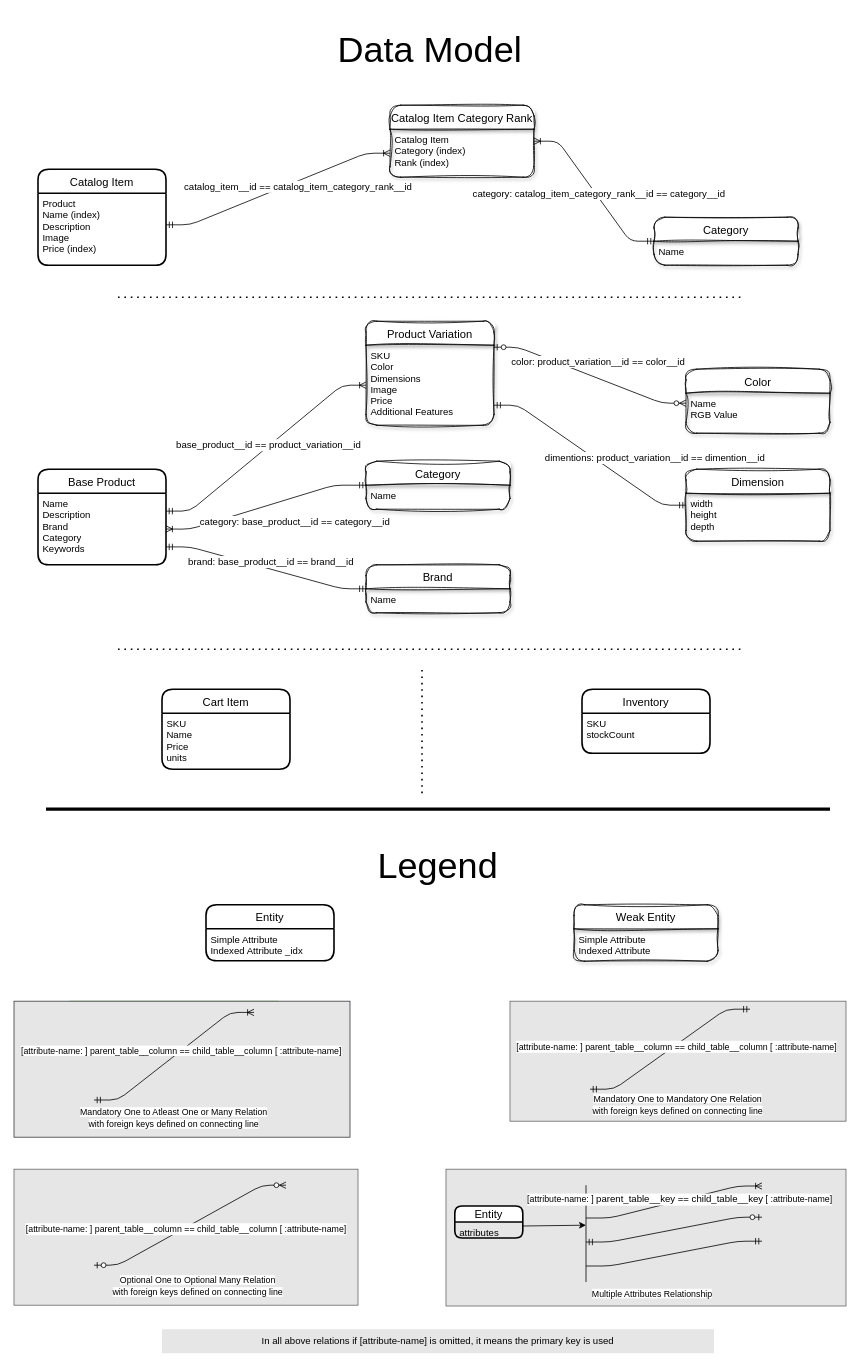
The draw.io diagram data-model/data-model-inventory.drawio in rd-raven/stirzz-design, before the edit. Source tidied: cells renumbered, new cells numbered last; positions are measured from the earlier drawing's top-left corner, leaving out a move shared by most shapes. Both pictures are drawn from the tidied source at 80%, with x=0, y=0 at pixel (14, 25).
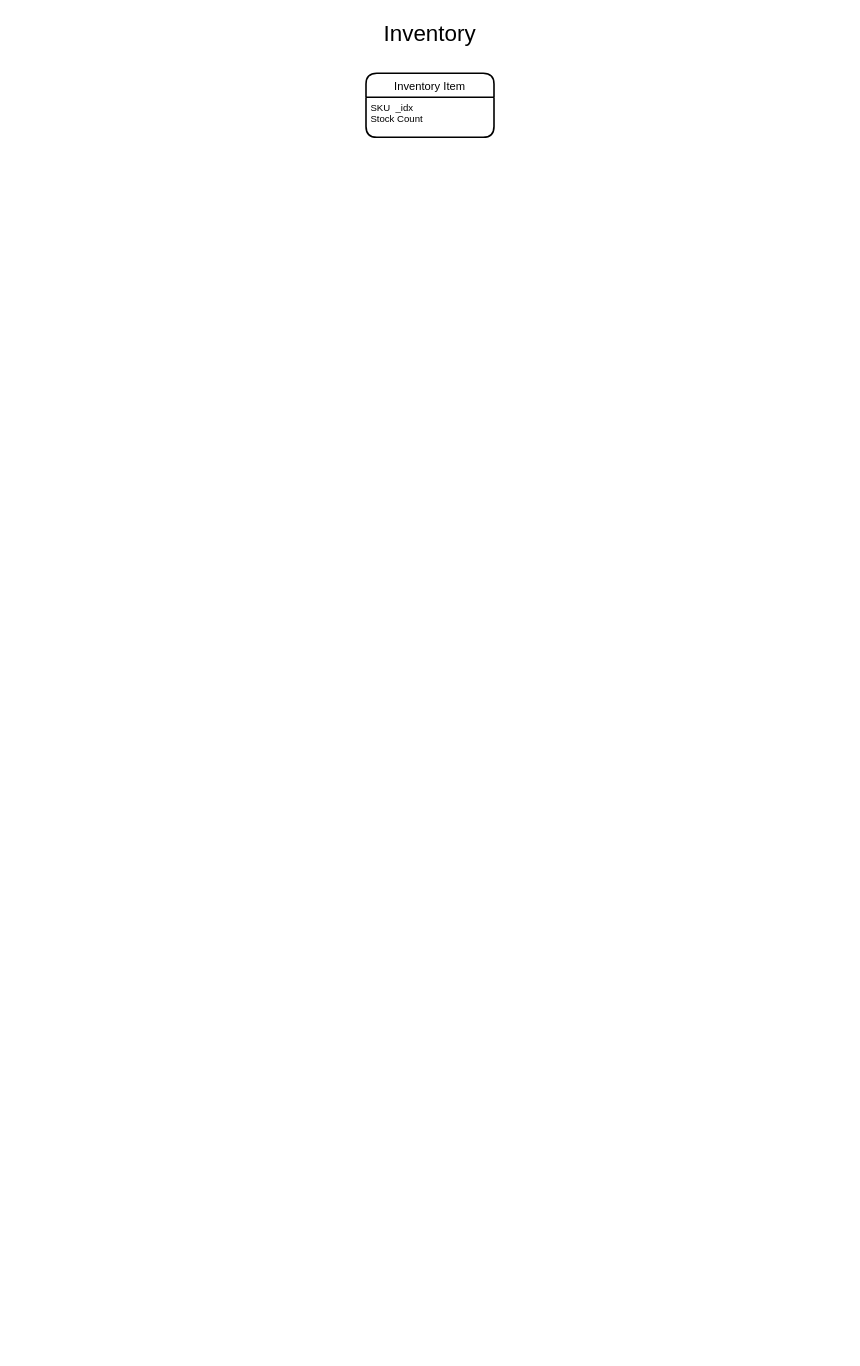
After the change.

Commit message (it also covers changes not shown here):
Add Cart, Inventory Details (#6)

Change to the diagram source:
```diff
@@
-    <mxCell id="2" value="Catalog Item" style="swimlane;horizontal=1;startSize=30;rounded=1;fontSize=14;fontStyle=0;strokeWidth=2;shadow=0;dashed=0;align=center;" parent="1" vertex="1">
-      <mxGeometry x="30" y="180" width="160" height="120" as="geometry" />
-    </mxCell>
-    <mxCell id="3" value="Product&#10;Name (index)&#10;Description&#10;Image&#10;Price (index)" style="align=left;strokeColor=none;fillColor=none;spacingLeft=4;fontSize=12;verticalAlign=top;" parent="2" vertex="1">
-      <mxGeometry y="30" width="160" height="90" as="geometry" />
-    </mxCell>
-    <mxCell id="4" value="Cart Item" style="swimlane;horizontal=1;startSize=30;rounded=1;fontSize=14;fontStyle=0;strokeWidth=2;shadow=0;dashed=0;align=center;" parent="1" vertex="1">
-      <mxGeometry x="185" y="830" width="160" height="100" as="geometry" />
-    </mxCell>
-    <mxCell id="5" value="SKU&#10;Name&#10;Price&#10;units" style="align=left;strokeColor=none;fillColor=none;spacingLeft=4;fontSize=12;verticalAlign=top;" parent="4" vertex="1">
-      <mxGeometry y="30" width="160" height="70" as="geometry" />
-    </mxCell>
-    <mxCell id="6" value="Inventory" style="swimlane;horizontal=1;startSize=30;rounded=1;fontSize=14;fontStyle=0;strokeWidth=2;shadow=0;dashed=0;align=center;" parent="1" vertex="1">
-      <mxGeometry x="710" y="830" width="160" height="80" as="geometry" />
+    <mxCell id="6" value="Inventory Item" style="swimlane;horizontal=1;startSize=30;rounded=1;fontSize=14;fontStyle=0;strokeWidth=2;shadow=0;dashed=0;align=center;" parent="1" vertex="1">
+      <mxGeometry x="440" y="60" width="160" height="80" as="geometry" />
     </mxCell>
-    <mxCell id="7" value="SKU&#10;stockCount" style="align=left;strokeColor=none;fillColor=none;spacingLeft=4;fontSize=12;verticalAlign=top;" parent="6" vertex="1">
+    <mxCell id="7" value="SKU  _idx&#10;Stock Count" style="align=left;strokeColor=none;fillColor=none;spacingLeft=4;fontSize=12;verticalAlign=top;" parent="6" vertex="1">
       <mxGeometry y="30" width="160" height="50" as="geometry" />
     </mxCell>
-    <mxCell id="8" value="Dimension" style="swimlane;horizontal=1;startSize=30;rounded=1;fontSize=14;fontStyle=0;strokeWidth=1;shadow=1;dashed=0;align=center;sketch=1;curveFitting=1;jiggle=2;" parent="1" vertex="1">
-      <mxGeometry x="840" y="555" width="180" height="90" as="geometry" />
-    </mxCell>
-    <mxCell id="9" value="width&#10;height&#10;depth" style="align=left;strokeColor=none;fillColor=none;spacingLeft=4;fontSize=12;verticalAlign=top;" parent="8" vertex="1">
-      <mxGeometry y="30" width="180" height="60" as="geometry" />
-    </mxCell>
-    <mxCell id="10" value="Catalog Item Category Rank" style="swimlane;horizontal=1;startSize=30;rounded=1;fontSize=14;fontStyle=0;strokeWidth=1;shadow=1;align=center;swimlaneFillColor=none;strokeColor=default;perimeterSpacing=0;swimlaneLine=1;glass=0;sketch=1;curveFitting=1;jiggle=2;" parent="1" vertex="1">
-      <mxGeometry x="470" y="100" width="180" height="90" as="geometry" />
-    </mxCell>
-    <mxCell id="11" value="Catalog Item&#10;Category (index)&#10;Rank (index)" style="align=left;strokeColor=none;fillColor=none;spacingLeft=4;fontSize=12;verticalAlign=top;" parent="10" vertex="1">
-      <mxGeometry y="30" width="180" height="60" as="geometry" />
-    </mxCell>
-    <mxCell id="12" value="Base Product" style="swimlane;horizontal=1;startSize=30;rounded=1;fontSize=14;fontStyle=0;strokeWidth=2;shadow=0;dashed=0;align=center;" parent="1" vertex="1">
-      <mxGeometry x="30" y="555" width="160" height="119.5" as="geometry" />
-    </mxCell>
-    <mxCell id="13" value="Name&#10;Description&#10;Brand&#10;Category&#10;Keywords&#10;" style="align=left;strokeColor=none;fillColor=none;spacingLeft=4;fontSize=12;verticalAlign=top;" parent="12" vertex="1">
-      <mxGeometry y="30" width="160" height="89.5" as="geometry" />
-    </mxCell>
-    <mxCell id="14" value="Product Variation" style="swimlane;horizontal=1;startSize=30;rounded=1;fontSize=14;fontStyle=0;strokeWidth=1;shadow=1;dashed=0;align=center;sketch=1;curveFitting=1;jiggle=2;" parent="1" vertex="1">
-      <mxGeometry x="440" y="370" width="160" height="130" as="geometry" />
-    </mxCell>
-    <mxCell id="15" value="SKU&#10;Color&#10;Dimensions&#10;Image&#10;Price&#10;Additional Features" style="align=left;strokeColor=none;fillColor=none;spacingLeft=4;fontSize=12;verticalAlign=top;" parent="14" vertex="1">
-      <mxGeometry y="30" width="160" height="100" as="geometry" />
-    </mxCell>
-    <mxCell id="16" style="edgeStyle=entityRelationEdgeStyle;fontSize=12;html=1;endArrow=ERoneToMany;startArrow=ERmandOne;entryX=0;entryY=0.5;entryDx=0;entryDy=0;exitX=1.001;exitY=0.439;exitDx=0;exitDy=0;exitPerimeter=0;" parent="1" edge="1" source="3" target="11">
-      <mxGeometry relative="1" as="geometry" />
-    </mxCell>
-    <mxCell id="17" value="catalog_item__id == catalog_item_category_rank__id" style="edgeLabel;html=1;align=center;verticalAlign=middle;fontSize=12;" parent="16" vertex="1">
-      <mxGeometry x="0.15" y="3" relative="1" as="geometry">
-        <mxPoint x="5" y="8" as="offset" />
-      </mxGeometry>
-    </mxCell>
-    <mxCell id="18" style="edgeStyle=entityRelationEdgeStyle;fontSize=12;html=1;endArrow=ERoneToMany;startArrow=ERmandOne;entryX=0;entryY=0.5;entryDx=0;entryDy=0;exitX=1;exitY=0.25;exitDx=0;exitDy=0;" parent="1" edge="1" source="13" target="15">
-      <mxGeometry relative="1" as="geometry" />
-    </mxCell>
-    <mxCell id="19" value="base_product__id == product_variation__id" style="edgeLabel;html=1;align=center;verticalAlign=middle;fontSize=12;" parent="18" vertex="1">
-      <mxGeometry x="0.03" y="1" relative="1" as="geometry" />
-    </mxCell>
-    <mxCell id="20" value="Color" style="swimlane;horizontal=1;startSize=30;rounded=1;fontSize=14;fontStyle=0;strokeWidth=1;shadow=1;dashed=0;align=center;sketch=1;curveFitting=1;jiggle=2;" parent="1" vertex="1">
-      <mxGeometry x="840" y="430" width="180" height="80" as="geometry" />
-    </mxCell>
-    <mxCell id="21" value="Name&#10;RGB Value" style="align=left;strokeColor=none;fillColor=none;spacingLeft=4;fontSize=12;verticalAlign=top;" parent="20" vertex="1">
-      <mxGeometry y="30" width="180" height="50" as="geometry" />
-    </mxCell>
-    <mxCell id="22" value="Weak Entity" style="swimlane;horizontal=1;startSize=30;rounded=1;fontSize=14;fontStyle=0;strokeWidth=1;shadow=1;align=center;swimlaneFillColor=none;strokeColor=default;perimeterSpacing=0;swimlaneLine=1;glass=0;sketch=1;curveFitting=1;jiggle=2;" parent="1" vertex="1">
-      <mxGeometry x="700" y="1099.5" width="180" height="70.5" as="geometry" />
-    </mxCell>
-    <mxCell id="23" value="Simple Attribute&#10;Indexed Attribute" style="align=left;strokeColor=none;fillColor=none;spacingLeft=4;fontSize=12;verticalAlign=top;" parent="22" vertex="1">
-      <mxGeometry y="30" width="180" height="40.5" as="geometry" />
-    </mxCell>
-    <mxCell id="24" value="Entity" style="swimlane;horizontal=1;startSize=30;rounded=1;fontSize=14;fontStyle=0;strokeWidth=2;shadow=0;dashed=0;align=center;" parent="1" vertex="1">
-      <mxGeometry x="240" y="1099.5" width="160" height="70" as="geometry" />
-    </mxCell>
-    <mxCell id="25" value="Simple Attribute&#10;Indexed Attribute _idx" style="align=left;strokeColor=none;fillColor=none;spacingLeft=4;fontSize=12;verticalAlign=top;" parent="24" vertex="1">
-      <mxGeometry y="30" width="160" height="40" as="geometry" />
-    </mxCell>
-    <mxCell id="26" value="&lt;span style=&quot;font-size: 45px;&quot;&gt;Legend&lt;/span&gt;" style="text;html=1;strokeColor=none;fillColor=none;align=center;verticalAlign=middle;whiteSpace=wrap;rounded=0;shadow=1;glass=0;sketch=1;strokeWidth=1;fontSize=45;fontStyle=0;" parent="1" vertex="1">
-      <mxGeometry x="445" y="1020" width="170" height="60" as="geometry" />
-    </mxCell>
-    <mxCell id="27" value="&lt;span style=&quot;font-size: 45px;&quot;&gt;Data Model&lt;/span&gt;" style="text;html=1;strokeColor=none;fillColor=none;align=center;verticalAlign=middle;whiteSpace=wrap;rounded=0;shadow=1;glass=0;sketch=1;strokeWidth=1;fontSize=45;fontStyle=0;" parent="1" vertex="1">
-      <mxGeometry x="380" width="280" height="60" as="geometry" />
+    <mxCell id="27" value="&lt;font style=&quot;font-size: 28px;&quot;&gt;Inventory&lt;/font&gt;" style="text;html=1;strokeColor=none;fillColor=none;align=center;verticalAlign=middle;whiteSpace=wrap;rounded=0;shadow=1;glass=0;sketch=1;strokeWidth=1;fontSize=28;fontStyle=0;" parent="1" vertex="1">
+      <mxGeometry x="440" y="-10" width="160" height="40" as="geometry" />
     </mxCell>
-    <mxCell id="28" style="edgeStyle=entityRelationEdgeStyle;fontSize=12;html=1;endArrow=ERzeroToMany;startArrow=ERzeroToOne;entryX=0;entryY=0.25;entryDx=0;entryDy=0;exitX=1;exitY=0.25;exitDx=0;exitDy=0;" parent="1" edge="1" source="14" target="21">
-      <mxGeometry relative="1" as="geometry" />
-    </mxCell>
-    <mxCell id="29" value="color: product_variation__id == color__id" style="edgeLabel;html=1;align=center;verticalAlign=middle;fontSize=12;" parent="28" vertex="1">
-      <mxGeometry x="-0.05" y="-1" relative="1" as="geometry">
-        <mxPoint x="16" y="-16" as="offset" />
-      </mxGeometry>
-    </mxCell>
-    <mxCell id="30" value="Brand" style="swimlane;horizontal=1;startSize=30;rounded=1;fontSize=14;fontStyle=0;strokeWidth=1;shadow=1;dashed=0;align=center;sketch=1;curveFitting=1;jiggle=2;" parent="1" vertex="1">
-      <mxGeometry x="440" y="674.5" width="180" height="60" as="geometry" />
-    </mxCell>
-    <mxCell id="31" value="Name" style="align=left;strokeColor=none;fillColor=none;spacingLeft=4;fontSize=12;verticalAlign=top;" parent="30" vertex="1">
-      <mxGeometry y="30" width="180" height="30" as="geometry" />
-    </mxCell>
-    <mxCell id="32" style="edgeStyle=entityRelationEdgeStyle;fontSize=12;html=1;endArrow=ERmandOne;startArrow=ERmandOne;entryX=0;entryY=0.5;entryDx=0;entryDy=0;endFill=0;exitX=1;exitY=0.75;exitDx=0;exitDy=0;" parent="1" edge="1" source="13" target="30">
-      <mxGeometry relative="1" as="geometry" />
-    </mxCell>
-    <mxCell id="33" value="brand: base_product__id == brand__id" style="edgeLabel;html=1;align=center;verticalAlign=middle;fontSize=12;" parent="32" vertex="1">
-      <mxGeometry x="0.08" relative="1" as="geometry">
-        <mxPoint x="-5" y="-11" as="offset" />
-      </mxGeometry>
-    </mxCell>
-    <mxCell id="34" style="endArrow=none;html=1;fontSize=12;strokeWidth=4;" parent="1" edge="1">
-      <mxGeometry relative="1" as="geometry">
-        <mxPoint x="1020" y="980" as="sourcePoint" />
-        <mxPoint x="40" y="980" as="targetPoint" />
-      </mxGeometry>
-    </mxCell>
-    <mxCell id="35" value="Category" style="swimlane;horizontal=1;startSize=30;rounded=1;fontSize=14;fontStyle=0;strokeWidth=1;shadow=1;align=center;swimlaneFillColor=none;strokeColor=default;perimeterSpacing=0;swimlaneLine=1;glass=0;sketch=1;curveFitting=1;jiggle=2;" parent="1" vertex="1">
-      <mxGeometry x="800" y="240" width="180" height="60" as="geometry" />
-    </mxCell>
-    <mxCell id="36" value="Name" style="align=left;strokeColor=none;fillColor=none;spacingLeft=4;fontSize=12;verticalAlign=top;" parent="35" vertex="1">
-      <mxGeometry y="30" width="180" height="30" as="geometry" />
-    </mxCell>
-    <mxCell id="37" style="edgeStyle=entityRelationEdgeStyle;fontSize=12;html=1;endArrow=ERoneToMany;startArrow=ERmandOne;entryX=1;entryY=0.25;entryDx=0;entryDy=0;exitX=0;exitY=0;exitDx=0;exitDy=0;" parent="1" edge="1" source="36" target="11">
-      <mxGeometry relative="1" as="geometry" />
-    </mxCell>
-    <mxCell id="38" value="category: catalog_item_category_rank__id == category__id" style="edgeLabel;html=1;align=center;verticalAlign=middle;fontSize=12;" parent="37" vertex="1">
-      <mxGeometry x="0.15" y="3" relative="1" as="geometry">
-        <mxPoint x="17" y="14" as="offset" />
-      </mxGeometry>
-    </mxCell>
-    <mxCell id="39" value="Category" style="swimlane;horizontal=1;startSize=30;rounded=1;fontSize=14;fontStyle=0;strokeWidth=1;shadow=1;align=center;swimlaneFillColor=none;strokeColor=default;perimeterSpacing=0;swimlaneLine=1;glass=0;sketch=1;curveFitting=1;jiggle=2;" parent="1" vertex="1">
-      <mxGeometry x="440" y="545" width="180" height="60" as="geometry" />
-    </mxCell>
-    <mxCell id="40" value="Name" style="align=left;strokeColor=none;fillColor=none;spacingLeft=4;fontSize=12;verticalAlign=top;" parent="39" vertex="1">
-      <mxGeometry y="30" width="180" height="30" as="geometry" />
-    </mxCell>
-    <mxCell id="41" style="group;" parent="1" vertex="1">
-      <mxGeometry y="1220" width="420" height="170" as="geometry" />
-    </mxCell>
-    <mxCell id="42" style="group;fillColor=none;strokeColor=#82b366;" parent="41" vertex="1">
-      <mxGeometry x="70" width="260" height="160.5" as="geometry" />
-    </mxCell>
-    <mxCell id="43" style="group;fillColor=#E6E6E6;strokeColor=#36393d;" parent="41" vertex="1">
-      <mxGeometry width="420" height="170" as="geometry" />
-    </mxCell>
-    <mxCell id="44" style="edgeStyle=entityRelationEdgeStyle;fontSize=12;html=1;endArrow=ERoneToMany;startArrow=ERmandOne;exitX=1.001;exitY=0.439;exitDx=0;exitDy=0;exitPerimeter=0;" parent="41" edge="1">
-      <mxGeometry relative="1" as="geometry">
-        <mxPoint x="100" y="123.5" as="sourcePoint" />
-        <mxPoint x="300" y="14" as="targetPoint" />
-      </mxGeometry>
-    </mxCell>
-    <mxCell id="45" value="[attribute-name: ]&amp;nbsp;parent_table__column == child_table__column [ :attribute-name]" style="edgeLabel;html=1;align=center;verticalAlign=middle;" parent="44" vertex="1">
-      <mxGeometry x="0.09" relative="1" as="geometry" />
-    </mxCell>
-    <mxCell id="46" value="&lt;span style=&quot;font-size: 11px; background-color: rgb(255, 255, 255);&quot;&gt;Mandatory One to Atleast One or Many Relation&lt;br&gt;with foreign keys defined on connecting line&lt;br&gt;&lt;/span&gt;" style="text;html=1;strokeColor=none;fillColor=none;align=center;verticalAlign=middle;whiteSpace=wrap;rounded=0;shadow=1;glass=0;sketch=1;strokeWidth=1;" parent="41" vertex="1">
-      <mxGeometry x="70" y="130.5" width="260" height="30" as="geometry" />
-    </mxCell>
-    <mxCell id="47" style="group;" parent="1" vertex="1">
-      <mxGeometry x="620" y="1220" width="420" height="150" as="geometry" />
-    </mxCell>
-    <mxCell id="48" style="group;fillColor=#E6E6E6;fontColor=#333333;strokeColor=#666666;" parent="47" vertex="1">
-      <mxGeometry width="420" height="150" as="geometry" />
-    </mxCell>
-    <mxCell id="49" style="edgeStyle=entityRelationEdgeStyle;fontSize=12;html=1;endArrow=ERmandOne;startArrow=ERmandOne;endFill=0;" parent="47" edge="1">
-      <mxGeometry relative="1" as="geometry">
-        <mxPoint x="100" y="110" as="sourcePoint" />
-        <mxPoint x="300" y="10" as="targetPoint" />
-      </mxGeometry>
-    </mxCell>
-    <mxCell id="50" value="&lt;span style=&quot;font-size: 11px;&quot;&gt;[attribute-name: ] parent_table__column == child_table__column&lt;/span&gt;&lt;span style=&quot;font-size: 11px;&quot;&gt;&amp;nbsp;[ :attribute-name]&lt;/span&gt;" style="edgeLabel;html=1;align=center;verticalAlign=middle;fontSize=12;" parent="49" vertex="1">
-      <mxGeometry x="0.07" y="-1" relative="1" as="geometry" />
-    </mxCell>
-    <mxCell id="51" value="&lt;span style=&quot;font-size: 11px; background-color: rgb(255, 255, 255);&quot;&gt;Mandatory One to Mandatory One Relation&lt;br&gt;with foreign keys defined on connecting line&lt;br&gt;&lt;/span&gt;" style="text;html=1;strokeColor=none;fillColor=none;align=center;verticalAlign=middle;whiteSpace=wrap;rounded=0;shadow=1;glass=0;sketch=1;strokeWidth=1;" parent="47" vertex="1">
-      <mxGeometry x="80" y="114" width="260" height="30" as="geometry" />
-    </mxCell>
-    <mxCell id="52" style="group;" parent="1" vertex="1">
-      <mxGeometry y="1430" width="430" height="170" as="geometry" />
-    </mxCell>
-    <mxCell id="53" style="group;fillColor=#E6E6E6;strokeColor=#666666;gradientColor=none;" parent="52" vertex="1">
-      <mxGeometry width="430" height="170" as="geometry" />
-    </mxCell>
-    <mxCell id="54" style="edgeStyle=entityRelationEdgeStyle;fontSize=12;html=1;endArrow=ERzeroToMany;startArrow=ERzeroToOne;" parent="52" edge="1">
-      <mxGeometry relative="1" as="geometry">
-        <mxPoint x="100" y="120" as="sourcePoint" />
-        <mxPoint x="340" y="20" as="targetPoint" />
-      </mxGeometry>
-    </mxCell>
-    <mxCell id="55" value="&lt;span style=&quot;font-size: 11px;&quot;&gt;[attribute-name: ]&amp;nbsp;&lt;/span&gt;&lt;span style=&quot;font-size: 11px;&quot;&gt;parent_table__column == child_table__column&lt;/span&gt;&lt;span style=&quot;font-size: 11px;&quot;&gt;&amp;nbsp;[ :attribute-name]&lt;/span&gt;" style="edgeLabel;html=1;align=center;verticalAlign=middle;fontSize=12;" parent="54" vertex="1">
-      <mxGeometry x="-0.05" y="-1" relative="1" as="geometry" />
-    </mxCell>
-    <mxCell id="56" value="&lt;span style=&quot;font-size: 11px; background-color: rgb(255, 255, 255);&quot;&gt;Optional One to Optional Many Relation&lt;br&gt;with foreign keys defined on connecting line&lt;br&gt;&lt;/span&gt;" style="text;html=1;strokeColor=none;fillColor=none;align=center;verticalAlign=middle;whiteSpace=wrap;rounded=0;shadow=1;glass=0;sketch=1;strokeWidth=1;" parent="52" vertex="1">
-      <mxGeometry x="100" y="130.5" width="260" height="30" as="geometry" />
-    </mxCell>
-    <mxCell id="57" value="In all above relations if [attribute-name] is omitted, it means the primary key is used" style="text;html=1;strokeColor=none;fillColor=#E6E6E6;align=center;verticalAlign=middle;whiteSpace=wrap;rounded=0;" parent="1" vertex="1">
-      <mxGeometry x="185" y="1630" width="690" height="30" as="geometry" />
-    </mxCell>
-    <mxCell id="58" style="group;" parent="1" vertex="1">
-      <mxGeometry x="540" y="1430" width="500" height="171" as="geometry" />
-    </mxCell>
-    <mxCell id="59" style="group;fillColor=#E6E6E6;fontColor=#333333;strokeColor=#666666;" parent="58" vertex="1">
-      <mxGeometry width="500" height="171" as="geometry" />
-    </mxCell>
-    <mxCell id="60" style="endArrow=none;html=1;rounded=0;fontSize=12;" parent="58" edge="1">
-      <mxGeometry relative="1" as="geometry">
-        <mxPoint x="175" y="141" as="sourcePoint" />
-        <mxPoint x="175" y="20" as="targetPoint" />
-      </mxGeometry>
-    </mxCell>
-    <mxCell id="61" value="Entity" style="swimlane;horizontal=1;startSize=20;rounded=1;fontSize=14;fontStyle=0;strokeWidth=2;shadow=0;dashed=0;align=center;" parent="58" vertex="1">
-      <mxGeometry x="11" y="46" width="85" height="40" as="geometry" />
-    </mxCell>
-    <mxCell id="62" value="attributes" style="align=left;strokeColor=none;fillColor=none;spacingLeft=4;fontSize=12;verticalAlign=top;" parent="61" vertex="1">
-      <mxGeometry y="20" width="85" height="20" as="geometry" />
-    </mxCell>
-    <mxCell id="63" style="edgeStyle=none;html=1;exitX=1;exitY=0.25;exitDx=0;exitDy=0;fontSize=12;startArrow=none;startFill=0;" parent="58" edge="1" source="62">
-      <mxGeometry relative="1" as="geometry">
-        <mxPoint x="175" y="70" as="targetPoint" />
-      </mxGeometry>
-    </mxCell>
-    <mxCell id="64" style="edgeStyle=entityRelationEdgeStyle;fontSize=12;html=1;endArrow=ERoneToMany;" parent="58" edge="1">
-      <mxGeometry relative="1" as="geometry">
-        <mxPoint x="175" y="61" as="sourcePoint" />
-        <mxPoint x="395" y="21" as="targetPoint" />
-      </mxGeometry>
-    </mxCell>
-    <mxCell id="65" value="&lt;span style=&quot;font-size: 11px;&quot;&gt;[attribute-name: ]&amp;nbsp;&lt;/span&gt;parent_table__key == child_table__key&lt;span style=&quot;font-size: 11px;&quot;&gt;&amp;nbsp;[ :attribute-name]&lt;/span&gt;" style="edgeLabel;html=1;align=center;verticalAlign=middle;fontSize=12;" parent="64" vertex="1">
-      <mxGeometry x="0.07" y="2" relative="1" as="geometry" />
-    </mxCell>
-    <mxCell id="66" style="edgeStyle=entityRelationEdgeStyle;fontSize=12;html=1;endArrow=ERzeroToOne;startArrow=ERmandOne;" parent="58" edge="1">
-      <mxGeometry relative="1" as="geometry">
-        <mxPoint x="175" y="91" as="sourcePoint" />
-        <mxPoint x="395" y="60" as="targetPoint" />
-      </mxGeometry>
-    </mxCell>
-    <mxCell id="67" style="edgeStyle=entityRelationEdgeStyle;fontSize=12;html=1;endArrow=ERmandOne;" parent="58" edge="1">
-      <mxGeometry relative="1" as="geometry">
-        <mxPoint x="175" y="121" as="sourcePoint" />
-        <mxPoint x="395" y="90" as="targetPoint" />
-      </mxGeometry>
-    </mxCell>
-    <mxCell id="68" value="&lt;span style=&quot;font-size: 11px; background-color: rgb(255, 255, 255);&quot;&gt;Multiple Attributes Relationship&lt;br&gt;&lt;/span&gt;" style="text;html=1;strokeColor=none;fillColor=none;align=center;verticalAlign=middle;whiteSpace=wrap;rounded=0;shadow=1;glass=0;sketch=1;strokeWidth=1;" parent="58" vertex="1">
-      <mxGeometry x="128" y="141" width="260" height="30" as="geometry" />
-    </mxCell>
-    <mxCell id="69" style="fontSize=12;html=1;endArrow=ERoneToMany;startArrow=ERmandOne;exitX=0;exitY=0;exitDx=0;exitDy=0;entryX=1;entryY=0.5;entryDx=0;entryDy=0;" parent="1" edge="1" source="40" target="13">
-      <mxGeometry relative="1" as="geometry">
-        <Array as="points">
-          <mxPoint x="400" y="575" />
-          <mxPoint x="220" y="630" />
-        </Array>
-      </mxGeometry>
-    </mxCell>
-    <mxCell id="70" value="category: base_product__id == category__id" style="edgeLabel;html=1;align=center;verticalAlign=middle;fontSize=12;" parent="69" vertex="1">
-      <mxGeometry x="0.15" y="3" relative="1" as="geometry">
-        <mxPoint x="53" y="11" as="offset" />
-      </mxGeometry>
-    </mxCell>
-    <mxCell id="71" style="edgeStyle=entityRelationEdgeStyle;fontSize=12;html=1;endArrow=ERmandOne;startArrow=ERmandOne;endFill=0;exitX=1;exitY=0.75;exitDx=0;exitDy=0;entryX=0;entryY=0.25;entryDx=0;entryDy=0;" parent="1" edge="1" source="15" target="9">
-      <mxGeometry relative="1" as="geometry" />
-    </mxCell>
-    <mxCell id="72" value="dimentions: product_variation__id == dimention__id" style="edgeLabel;html=1;align=center;verticalAlign=middle;fontSize=12;" parent="71" vertex="1">
-      <mxGeometry x="0.08" relative="1" as="geometry">
-        <mxPoint x="71" y="-4" as="offset" />
-      </mxGeometry>
-    </mxCell>
-    <mxCell id="73" style="endArrow=none;dashed=1;html=1;dashPattern=1 3;strokeWidth=2;" parent="1" edge="1">
-      <mxGeometry relative="1" as="geometry">
-        <mxPoint x="130" y="340" as="sourcePoint" />
-        <mxPoint x="910" y="340" as="targetPoint" />
-      </mxGeometry>
-    </mxCell>
-    <mxCell id="74" style="endArrow=none;dashed=1;html=1;dashPattern=1 3;strokeWidth=2;" parent="1" edge="1">
-      <mxGeometry relative="1" as="geometry">
-        <mxPoint x="130" y="780" as="sourcePoint" />
-        <mxPoint x="910" y="780" as="targetPoint" />
-      </mxGeometry>
-    </mxCell>
-    <mxCell id="75" style="endArrow=none;dashed=1;html=1;dashPattern=1 3;strokeWidth=2;" parent="1" edge="1">
-      <mxGeometry relative="1" as="geometry">
-        <mxPoint x="510" y="960" as="sourcePoint" />
-        <mxPoint x="510" y="800" as="targetPoint" />
-      </mxGeometry>
-    </mxCell>
```
